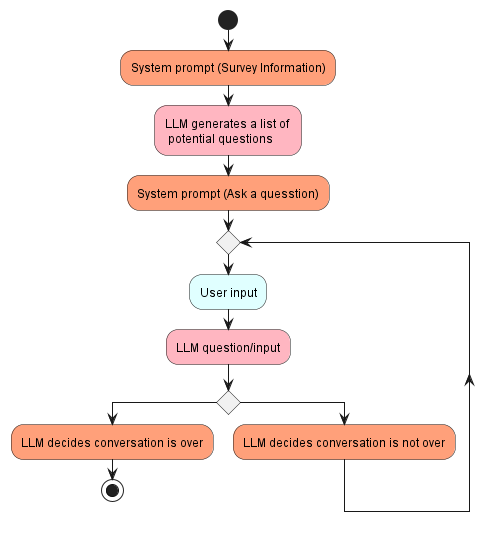
The PlantUML diagram docs/diagrams/images/prompt-eng-2.png in pakshuang/ai-chat-survey, before a commit. The source it was exported from:
```plantuml
@startuml prompt-eng-2

skinparam shadowing false
skinparam BackgroundColor transparent

start
#LightSalmon:System prompt (Survey Information);
#LightPink:LLM generates a list of \n potential questions;
#LightSalmon:System prompt (Ask a quesstion);

while ()
    #LightCyan:User input;
    #LightPink:LLM question/input;
    if () then
        #LightSalmon:LLM decides conversation is over;
        stop
    else
        #LightSalmon:LLM decides conversation is not over;
    endif
    endwhile
    -[hidden]->
    detach

@enduml
```
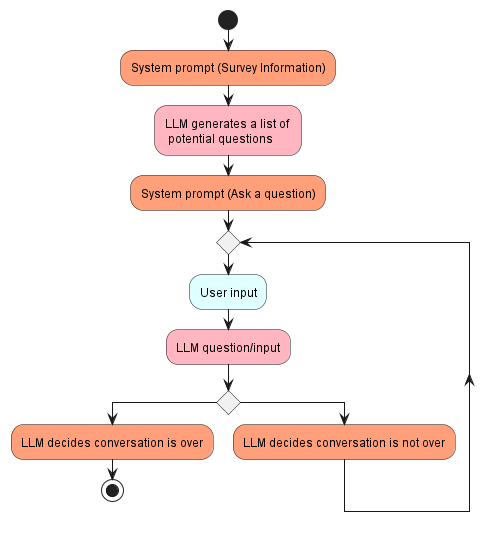
The same file after the commit.

Change to the diagram source:
```diff
@@ -6,7 +6,7 @@
 start
 #LightSalmon:System prompt (Survey Information);
 #LightPink:LLM generates a list of \n potential questions;
-#LightSalmon:System prompt (Ask a quesstion);
+#LightSalmon:System prompt (Ask a question);
 
 while ()
     #LightCyan:User input;
```
